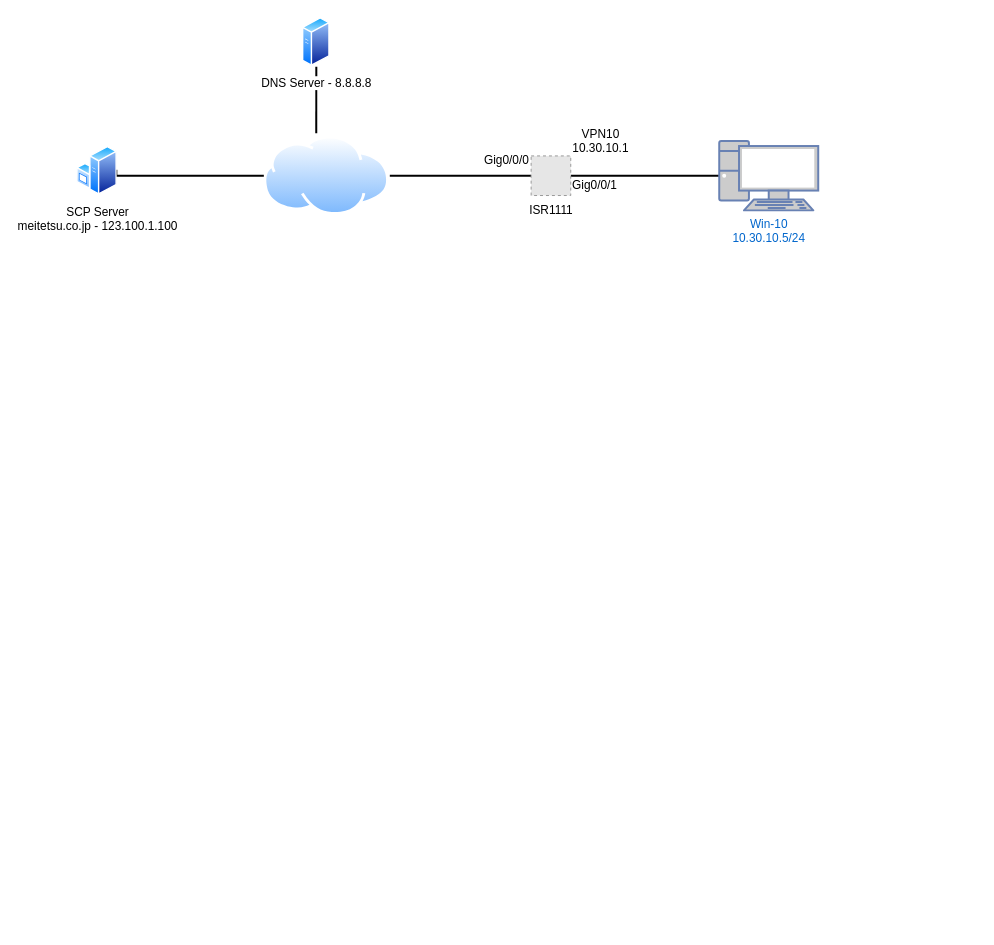
This is DIA topology LAB.drawio from rakeshchhikara/network-automation, a draw.io file, before an edit. Source tidied: cells renumbered, new cells numbered last; positions are measured from the earlier drawing's top-left corner, leaving out a move shared by most shapes. Both pictures are drawn from the tidied source at 99%, with x=0, y=0 at pixel (76, 17). Pictures stored in the file or linked from it are replaced by grey dashed boxes.
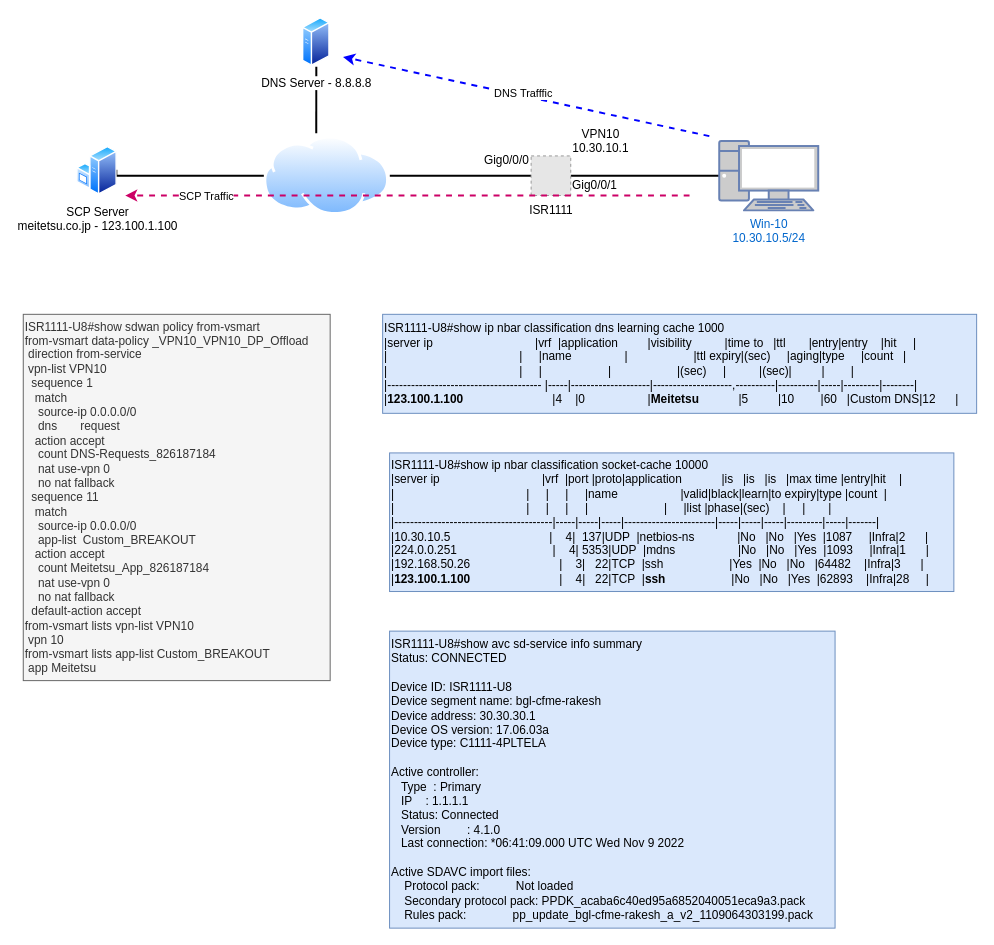
Above is the later version.

Change to the diagram source:
```diff
@@
+    <mxCell id="15" value="&lt;div&gt;ISR1111-U8#show sdwan policy from-vsmart&amp;nbsp;&lt;/div&gt;&lt;div&gt;from-vsmart data-policy _VPN10_VPN10_DP_Offload&lt;/div&gt;&lt;div&gt;&amp;nbsp;direction from-service&lt;/div&gt;&lt;div&gt;&amp;nbsp;vpn-list VPN10&lt;/div&gt;&lt;div&gt;&amp;nbsp; sequence 1&lt;/div&gt;&lt;div&gt;&amp;nbsp; &amp;nbsp;match&lt;/div&gt;&lt;div&gt;&amp;nbsp; &amp;nbsp; source-ip 0.0.0.0/0&lt;/div&gt;&lt;div&gt;&amp;nbsp; &amp;nbsp; dns&amp;nbsp; &amp;nbsp; &amp;nbsp; &amp;nbsp;request&lt;/div&gt;&lt;div&gt;&amp;nbsp; &amp;nbsp;action accept&lt;/div&gt;&lt;div&gt;&amp;nbsp; &amp;nbsp; count DNS-Requests_826187184&lt;/div&gt;&lt;div&gt;&amp;nbsp; &amp;nbsp; nat use-vpn 0&lt;/div&gt;&lt;div&gt;&amp;nbsp; &amp;nbsp; no nat fallback&lt;/div&gt;&lt;div&gt;&amp;nbsp; sequence 11&lt;/div&gt;&lt;div&gt;&amp;nbsp; &amp;nbsp;match&lt;/div&gt;&lt;div&gt;&amp;nbsp; &amp;nbsp; source-ip 0.0.0.0/0&lt;/div&gt;&lt;div&gt;&amp;nbsp; &amp;nbsp; app-list&amp;nbsp; Custom_BREAKOUT&lt;/div&gt;&lt;div&gt;&amp;nbsp; &amp;nbsp;action accept&lt;/div&gt;&lt;div&gt;&amp;nbsp; &amp;nbsp; count Meitetsu_App_826187184&lt;/div&gt;&lt;div&gt;&amp;nbsp; &amp;nbsp; nat use-vpn 0&lt;/div&gt;&lt;div&gt;&amp;nbsp; &amp;nbsp; no nat fallback&lt;/div&gt;&lt;div&gt;&amp;nbsp; default-action accept&lt;/div&gt;&lt;div&gt;from-vsmart lists vpn-list VPN10&lt;/div&gt;&lt;div&gt;&amp;nbsp;vpn 10&lt;/div&gt;&lt;div&gt;from-vsmart lists app-list Custom_BREAKOUT&lt;/div&gt;&lt;div&gt;&amp;nbsp;app Meitetsu&lt;/div&gt;" style="text;html=1;align=left;verticalAlign=middle;strokeColor=#666666;fillColor=#f5f5f5;fontColor=#333333;" parent="1" vertex="1">
+      <mxGeometry x="-54" y="300" width="310" height="370" as="geometry" />
+    </mxCell>
+    <mxCell id="16" style="endArrow=classic;html=1;rounded=0;strokeWidth=2;curved=1;strokeColor=#0000FF;dashed=1;" parent="1" edge="1">
+      <mxGeometry relative="1" as="geometry">
+        <mxPoint x="639" y="120" as="sourcePoint" />
+        <mxPoint x="269" y="40" as="targetPoint" />
+      </mxGeometry>
+    </mxCell>
+    <mxCell id="17" value="DNS Trafffic" style="edgeLabel;html=1;align=center;verticalAlign=middle;" parent="16" vertex="1">
+      <mxGeometry x="0.02" y="-3" relative="1" as="geometry" />
+    </mxCell>
+    <mxCell id="18" style="endArrow=classic;html=1;rounded=0;strokeWidth=2;curved=1;strokeColor=#CC0066;dashed=1;" parent="1" edge="1">
+      <mxGeometry relative="1" as="geometry">
+        <mxPoint x="619" y="180" as="sourcePoint" />
+        <mxPoint x="49" y="180" as="targetPoint" />
+      </mxGeometry>
+    </mxCell>
+    <mxCell id="19" value="SCP Traffic" style="edgeLabel;html=1;align=center;verticalAlign=middle;" parent="18" vertex="1">
+      <mxGeometry x="0.04" y="-2" relative="1" as="geometry">
+        <mxPoint x="-193" y="2" as="offset" />
+      </mxGeometry>
+    </mxCell>
+    <mxCell id="20" value="&lt;div&gt;ISR1111-U8#show ip nbar classification dns learning cache 1000&lt;/div&gt;&lt;div&gt;|server ip&amp;nbsp; &amp;nbsp; &amp;nbsp; &amp;nbsp; &amp;nbsp; &amp;nbsp; &amp;nbsp; &amp;nbsp; &amp;nbsp; &amp;nbsp; &amp;nbsp; &amp;nbsp; &amp;nbsp; &amp;nbsp; &amp;nbsp; &amp;nbsp;|vrf&amp;nbsp; |application&amp;nbsp; &amp;nbsp; &amp;nbsp; &amp;nbsp; &amp;nbsp;|visibility&amp;nbsp; &amp;nbsp; &amp;nbsp; &amp;nbsp; &amp;nbsp; |time to&amp;nbsp; &amp;nbsp;|ttl&amp;nbsp; &amp;nbsp; &amp;nbsp; &amp;nbsp;|entry|entry&amp;nbsp; &amp;nbsp; |hit&amp;nbsp; &amp;nbsp; &amp;nbsp;|&lt;/div&gt;&lt;div&gt;|&amp;nbsp; &amp;nbsp; &amp;nbsp; &amp;nbsp; &amp;nbsp; &amp;nbsp; &amp;nbsp; &amp;nbsp; &amp;nbsp; &amp;nbsp; &amp;nbsp; &amp;nbsp; &amp;nbsp; &amp;nbsp; &amp;nbsp; &amp;nbsp; &amp;nbsp; &amp;nbsp; &amp;nbsp; &amp;nbsp; |&amp;nbsp; &amp;nbsp; &amp;nbsp;|name&amp;nbsp; &amp;nbsp; &amp;nbsp; &amp;nbsp; &amp;nbsp; &amp;nbsp; &amp;nbsp; &amp;nbsp; |&amp;nbsp; &amp;nbsp; &amp;nbsp; &amp;nbsp; &amp;nbsp; &amp;nbsp; &amp;nbsp; &amp;nbsp; &amp;nbsp; &amp;nbsp; |ttl expiry|(sec)&amp;nbsp; &amp;nbsp; &amp;nbsp;|aging|type&amp;nbsp; &amp;nbsp; &amp;nbsp;|count&amp;nbsp; &amp;nbsp;|&lt;/div&gt;&lt;div&gt;|&amp;nbsp; &amp;nbsp; &amp;nbsp; &amp;nbsp; &amp;nbsp; &amp;nbsp; &amp;nbsp; &amp;nbsp; &amp;nbsp; &amp;nbsp; &amp;nbsp; &amp;nbsp; &amp;nbsp; &amp;nbsp; &amp;nbsp; &amp;nbsp; &amp;nbsp; &amp;nbsp; &amp;nbsp; &amp;nbsp; |&amp;nbsp; &amp;nbsp; &amp;nbsp;|&amp;nbsp; &amp;nbsp; &amp;nbsp; &amp;nbsp; &amp;nbsp; &amp;nbsp; &amp;nbsp; &amp;nbsp; &amp;nbsp; &amp;nbsp; |&amp;nbsp; &amp;nbsp; &amp;nbsp; &amp;nbsp; &amp;nbsp; &amp;nbsp; &amp;nbsp; &amp;nbsp; &amp;nbsp; &amp;nbsp; |(sec)&amp;nbsp; &amp;nbsp; &amp;nbsp;|&amp;nbsp; &amp;nbsp; &amp;nbsp; &amp;nbsp; &amp;nbsp; |(sec)|&amp;nbsp; &amp;nbsp; &amp;nbsp; &amp;nbsp; &amp;nbsp;|&amp;nbsp; &amp;nbsp; &amp;nbsp; &amp;nbsp; |&lt;/div&gt;&lt;div&gt;|--------------------------------------- |-----|--------------------|--------------------,----------|----------|-----|---------|--------|&lt;/div&gt;&lt;div&gt;|&lt;b&gt;123.100.1.100&lt;/b&gt;&amp;nbsp; &amp;nbsp; &amp;nbsp; &amp;nbsp; &amp;nbsp; &amp;nbsp; &amp;nbsp; &amp;nbsp; &amp;nbsp; &amp;nbsp; &amp;nbsp; &amp;nbsp; &amp;nbsp; &amp;nbsp;|4&amp;nbsp; &amp;nbsp; |0&amp;nbsp; &amp;nbsp; &amp;nbsp; &amp;nbsp; &amp;nbsp; &amp;nbsp; &amp;nbsp; &amp;nbsp; &amp;nbsp; &amp;nbsp;|&lt;b&gt;Meitetsu&lt;/b&gt;&amp;nbsp; &amp;nbsp; &amp;nbsp; &amp;nbsp; &amp;nbsp; &amp;nbsp; |5&amp;nbsp; &amp;nbsp; &amp;nbsp; &amp;nbsp; &amp;nbsp;|10&amp;nbsp; &amp;nbsp; &amp;nbsp; &amp;nbsp; |60&amp;nbsp; &amp;nbsp;|Custom DNS|12&amp;nbsp; &amp;nbsp; &amp;nbsp; |&lt;/div&gt;" style="text;html=1;align=left;verticalAlign=middle;strokeColor=#6c8ebf;fillColor=#dae8fc;" parent="1" vertex="1">
+      <mxGeometry x="309" y="300" width="600" height="100" as="geometry" />
+    </mxCell>
+    <mxCell id="21" value="&lt;div&gt;ISR1111-U8#show ip nbar classification socket-cache 10000&lt;/div&gt;&lt;div&gt;|server ip&amp;nbsp; &amp;nbsp; &amp;nbsp; &amp;nbsp; &amp;nbsp; &amp;nbsp; &amp;nbsp; &amp;nbsp; &amp;nbsp; &amp;nbsp; &amp;nbsp; &amp;nbsp; &amp;nbsp; &amp;nbsp; &amp;nbsp; &amp;nbsp;|vrf&amp;nbsp; |port |proto|application&amp;nbsp; &amp;nbsp; &amp;nbsp; &amp;nbsp; &amp;nbsp; &amp;nbsp; |is&amp;nbsp; &amp;nbsp;|is&amp;nbsp; &amp;nbsp;|is&amp;nbsp; &amp;nbsp;|max time |entry|hit&amp;nbsp; &amp;nbsp; |&lt;/div&gt;&lt;div&gt;|&amp;nbsp; &amp;nbsp; &amp;nbsp; &amp;nbsp; &amp;nbsp; &amp;nbsp; &amp;nbsp; &amp;nbsp; &amp;nbsp; &amp;nbsp; &amp;nbsp; &amp;nbsp; &amp;nbsp; &amp;nbsp; &amp;nbsp; &amp;nbsp; &amp;nbsp; &amp;nbsp; &amp;nbsp; &amp;nbsp; |&amp;nbsp; &amp;nbsp; &amp;nbsp;|&amp;nbsp; &amp;nbsp; &amp;nbsp;|&amp;nbsp; &amp;nbsp; &amp;nbsp;|name&amp;nbsp; &amp;nbsp; &amp;nbsp; &amp;nbsp; &amp;nbsp; &amp;nbsp; &amp;nbsp; &amp;nbsp; &amp;nbsp; &amp;nbsp;|valid|black|learn|to expiry|type |count&amp;nbsp; |&lt;/div&gt;&lt;div&gt;|&amp;nbsp; &amp;nbsp; &amp;nbsp; &amp;nbsp; &amp;nbsp; &amp;nbsp; &amp;nbsp; &amp;nbsp; &amp;nbsp; &amp;nbsp; &amp;nbsp; &amp;nbsp; &amp;nbsp; &amp;nbsp; &amp;nbsp; &amp;nbsp; &amp;nbsp; &amp;nbsp; &amp;nbsp; &amp;nbsp; |&amp;nbsp; &amp;nbsp; &amp;nbsp;|&amp;nbsp; &amp;nbsp; &amp;nbsp;|&amp;nbsp; &amp;nbsp; &amp;nbsp;|&amp;nbsp; &amp;nbsp; &amp;nbsp; &amp;nbsp; &amp;nbsp; &amp;nbsp; &amp;nbsp; &amp;nbsp; &amp;nbsp; &amp;nbsp; &amp;nbsp; &amp;nbsp;|&amp;nbsp; &amp;nbsp; &amp;nbsp;|list |phase|(sec)&amp;nbsp; &amp;nbsp; |&amp;nbsp; &amp;nbsp; &amp;nbsp;|&amp;nbsp; &amp;nbsp; &amp;nbsp; &amp;nbsp;|&lt;/div&gt;&lt;div&gt;|----------------------------------------|-----|-----|-----|-----------------------|-----|-----|-----|---------|-----|-------|&lt;/div&gt;&lt;div&gt;|10.30.10.5&amp;nbsp; &amp;nbsp; &amp;nbsp; &amp;nbsp; &amp;nbsp; &amp;nbsp; &amp;nbsp; &amp;nbsp; &amp;nbsp; &amp;nbsp; &amp;nbsp; &amp;nbsp; &amp;nbsp; &amp;nbsp; &amp;nbsp; |&amp;nbsp; &amp;nbsp; 4|&amp;nbsp; 137|UDP&amp;nbsp; |netbios-ns&amp;nbsp; &amp;nbsp; &amp;nbsp; &amp;nbsp; &amp;nbsp; &amp;nbsp; &amp;nbsp;|No&amp;nbsp; &amp;nbsp;|No&amp;nbsp; &amp;nbsp;|Yes&amp;nbsp; |1087&amp;nbsp; &amp;nbsp; &amp;nbsp;|Infra|2&amp;nbsp; &amp;nbsp; &amp;nbsp; |&lt;/div&gt;&lt;div&gt;|224.0.0.251&amp;nbsp; &amp;nbsp; &amp;nbsp; &amp;nbsp; &amp;nbsp; &amp;nbsp; &amp;nbsp; &amp;nbsp; &amp;nbsp; &amp;nbsp; &amp;nbsp; &amp;nbsp; &amp;nbsp; &amp;nbsp; &amp;nbsp;|&amp;nbsp; &amp;nbsp; 4| 5353|UDP&amp;nbsp; |mdns&amp;nbsp; &amp;nbsp; &amp;nbsp; &amp;nbsp; &amp;nbsp; &amp;nbsp; &amp;nbsp; &amp;nbsp; &amp;nbsp; &amp;nbsp;|No&amp;nbsp; &amp;nbsp;|No&amp;nbsp; &amp;nbsp;|Yes&amp;nbsp; |1093&amp;nbsp; &amp;nbsp; &amp;nbsp;|Infra|1&amp;nbsp; &amp;nbsp; &amp;nbsp; |&lt;/div&gt;&lt;div&gt;|192.168.50.26&amp;nbsp; &amp;nbsp; &amp;nbsp; &amp;nbsp; &amp;nbsp; &amp;nbsp; &amp;nbsp; &amp;nbsp; &amp;nbsp; &amp;nbsp; &amp;nbsp; &amp;nbsp; &amp;nbsp; &amp;nbsp;|&amp;nbsp; &amp;nbsp; 3|&amp;nbsp; &amp;nbsp;22|TCP&amp;nbsp; |ssh&amp;nbsp; &amp;nbsp; &amp;nbsp; &amp;nbsp; &amp;nbsp; &amp;nbsp; &amp;nbsp; &amp;nbsp; &amp;nbsp; &amp;nbsp; |Yes&amp;nbsp; |No&amp;nbsp; &amp;nbsp;|No&amp;nbsp; &amp;nbsp;|64482&amp;nbsp; &amp;nbsp; |Infra|3&amp;nbsp; &amp;nbsp; &amp;nbsp; |&lt;/div&gt;&lt;div&gt;|&lt;b&gt;123.100.1.100&amp;nbsp;&lt;/b&gt; &amp;nbsp; &amp;nbsp; &amp;nbsp; &amp;nbsp; &amp;nbsp; &amp;nbsp; &amp;nbsp; &amp;nbsp; &amp;nbsp; &amp;nbsp; &amp;nbsp; &amp;nbsp; &amp;nbsp;|&amp;nbsp; &amp;nbsp; 4|&amp;nbsp; &amp;nbsp;22|TCP&amp;nbsp; |&lt;b&gt;ssh&lt;/b&gt;&amp;nbsp; &amp;nbsp; &amp;nbsp; &amp;nbsp; &amp;nbsp; &amp;nbsp; &amp;nbsp; &amp;nbsp; &amp;nbsp; &amp;nbsp; |No&amp;nbsp; &amp;nbsp;|No&amp;nbsp; &amp;nbsp;|Yes&amp;nbsp; |62893&amp;nbsp; &amp;nbsp; |Infra|28&amp;nbsp; &amp;nbsp; &amp;nbsp;|&lt;/div&gt;" style="text;html=1;align=left;verticalAlign=middle;strokeColor=#6c8ebf;fillColor=#dae8fc;" parent="1" vertex="1">
+      <mxGeometry x="316" y="440" width="570" height="140" as="geometry" />
+    </mxCell>
+    <mxCell id="22" value="&lt;div&gt;ISR1111-U8#show avc sd-service info summary&amp;nbsp;&lt;/div&gt;&lt;div&gt;Status: CONNECTED&lt;/div&gt;&lt;div&gt;&lt;br&gt;&lt;/div&gt;&lt;div&gt;Device ID: ISR1111-U8&lt;/div&gt;&lt;div&gt;Device segment name: bgl-cfme-rakesh&amp;nbsp;&lt;/div&gt;&lt;div&gt;Device address: 30.30.30.1&lt;/div&gt;&lt;div&gt;Device OS version: 17.06.03a&lt;/div&gt;&lt;div&gt;Device type: C1111-4PLTELA&lt;/div&gt;&lt;div&gt;&lt;br&gt;&lt;/div&gt;&lt;div&gt;Active controller:&lt;/div&gt;&lt;div&gt;&amp;nbsp; &amp;nbsp;Type&amp;nbsp; : Primary&lt;/div&gt;&lt;div&gt;&amp;nbsp; &amp;nbsp;IP&amp;nbsp; &amp;nbsp; : 1.1.1.1&lt;/div&gt;&lt;div&gt;&amp;nbsp; &amp;nbsp;Status: Connected&lt;/div&gt;&lt;div&gt;&amp;nbsp; &amp;nbsp;Version&amp;nbsp; &amp;nbsp; &amp;nbsp; &amp;nbsp; : 4.1.0&lt;/div&gt;&lt;div&gt;&amp;nbsp; &amp;nbsp;Last connection: *06:41:09.000 UTC Wed Nov 9 2022&lt;/div&gt;&lt;div&gt;&lt;br&gt;&lt;/div&gt;&lt;div&gt;Active SDAVC import files:&lt;/div&gt;&lt;div&gt;&amp;nbsp; &amp;nbsp; Protocol pack:&amp;nbsp; &amp;nbsp; &amp;nbsp; &amp;nbsp; &amp;nbsp; &amp;nbsp;Not loaded&lt;/div&gt;&lt;div&gt;&amp;nbsp; &amp;nbsp; Secondary protocol pack: PPDK_acaba6c40ed95a6852040051eca9a3.pack&lt;/div&gt;&lt;div&gt;&amp;nbsp; &amp;nbsp; Rules pack:&amp;nbsp; &amp;nbsp; &amp;nbsp; &amp;nbsp; &amp;nbsp; &amp;nbsp; &amp;nbsp; pp_update_bgl-cfme-rakesh_a_v2_1109064303199.pack&lt;/div&gt;" style="text;html=1;align=left;verticalAlign=middle;strokeColor=#6c8ebf;fillColor=#dae8fc;" parent="1" vertex="1">
+      <mxGeometry x="316" y="620" width="450" height="300" as="geometry" />
+    </mxCell>
```
